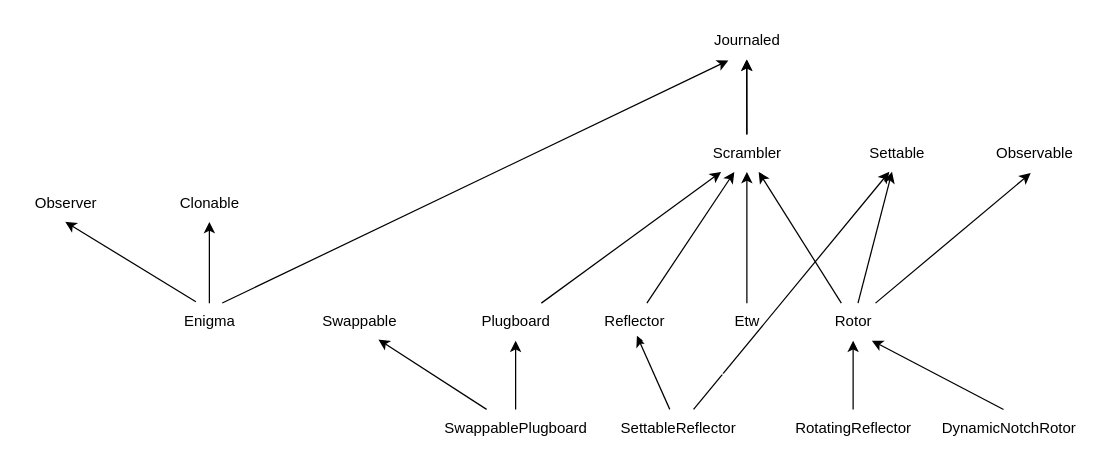
Above: page "Inheritance diagram" (2 of 2) of diagrams/rotors.drawio in denismaggior8/enigma-python (draw.io), before the change. Source tidied: cells renumbered, new cells numbered last; positions are measured from the earlier drawing's top-left corner, leaving out a move shared by most shapes. Both pictures are drawn from the tidied source at 125%, with x=0, y=0 at pixel (21, 21).
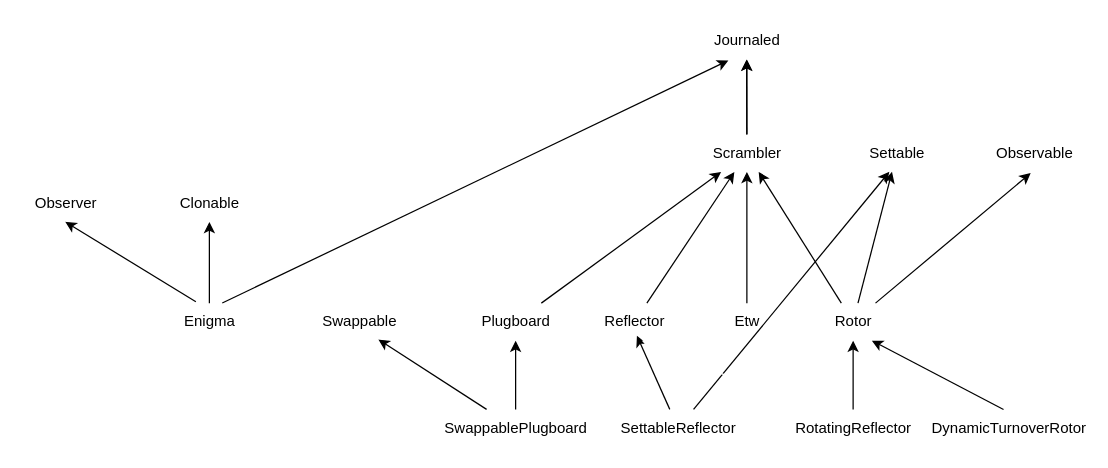
Above is the later version.

Change to the diagram source:
```diff
@@
-    <mxCell id="34" value="DynamicNotchRotor" style="text;html=1;whiteSpace=wrap;strokeColor=none;fillColor=none;align=center;verticalAlign=middle;rounded=0;" parent="1" vertex="1">
+    <mxCell id="34" value="DynamicTurnoverRotor" style="text;html=1;whiteSpace=wrap;strokeColor=none;fillColor=none;align=center;verticalAlign=middle;rounded=0;" parent="1" vertex="1">
       <mxGeometry x="760" y="310" width="60" height="30" as="geometry" />
     </mxCell>
```
